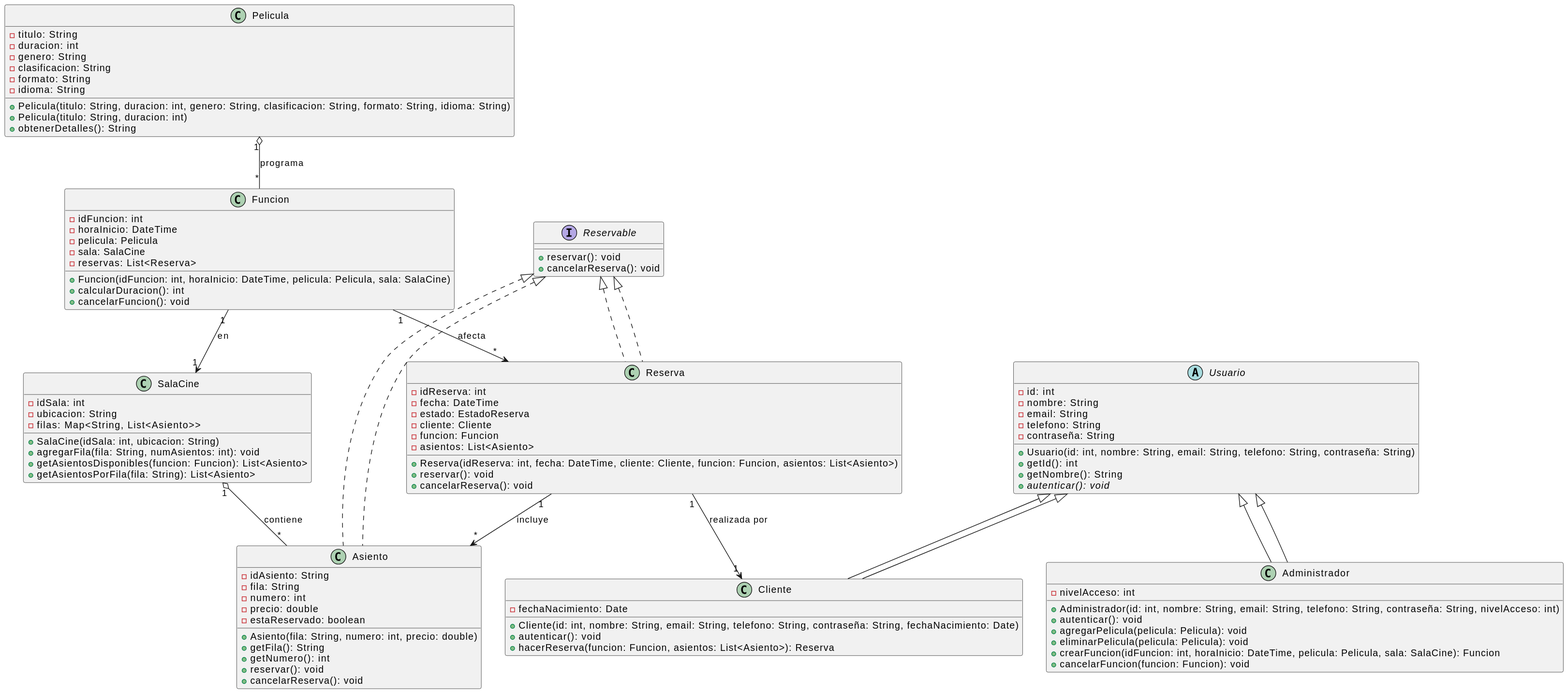
Above: diagrama.svg in Nekstoreo/taller1-aplicaciones-moviles (PlantUML), before the change.
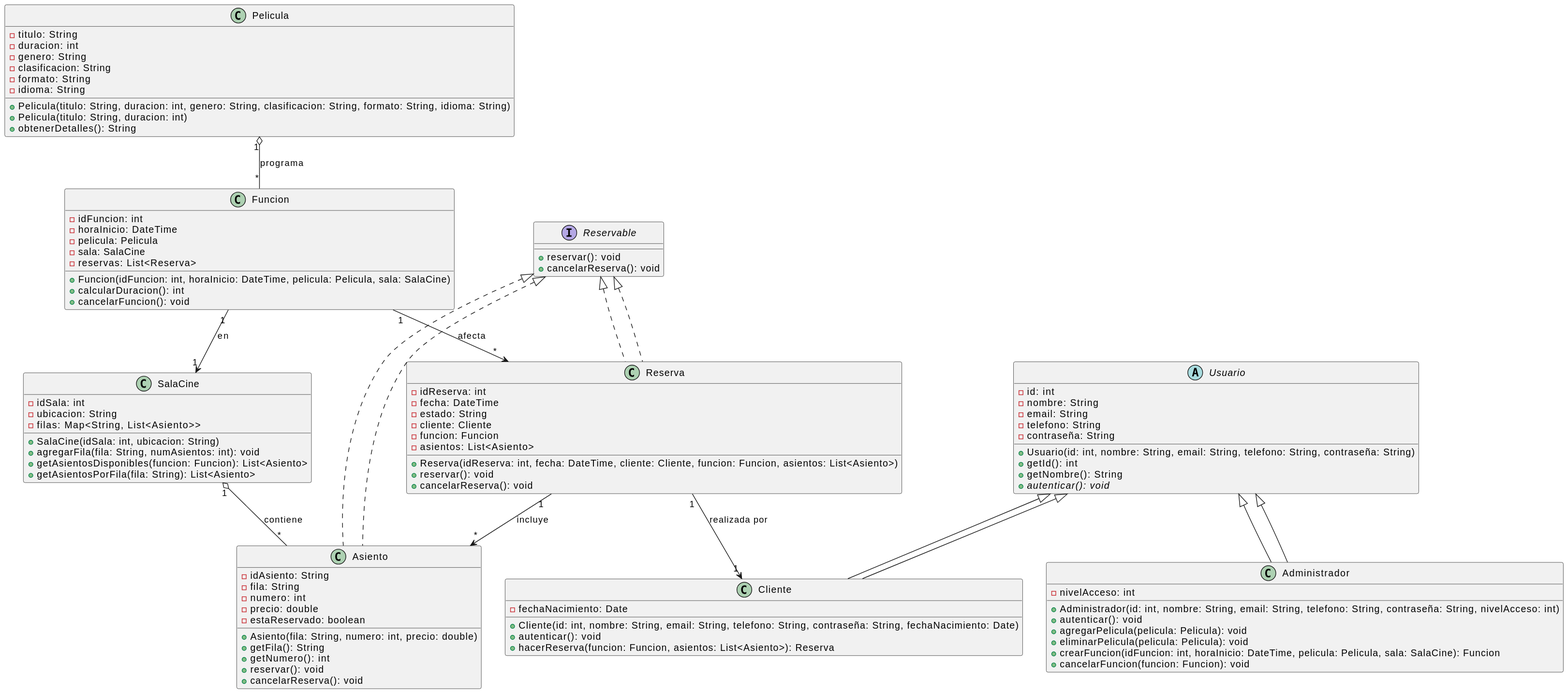
After the commit.

Commit message:
Diagrama UML arreglitos

Change to the diagram source:
```diff
@@ -82,7 +82,7 @@
 class Reserva implements Reservable {
     - idReserva: int
     - fecha: DateTime
-    - estado: EstadoReserva
+    - estado: String
     - cliente: Cliente
     - funcion: Funcion
     - asientos: List<Asiento>
```
